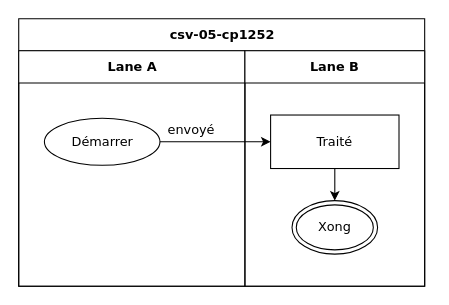
The draw.io diagram conformance/golden/optimize/cases-csv-05-cp1252.drawio in luytbq/flowcast, before the edit. Source tidied: cells renumbered, new cells numbered last; positions are measured from the earlier drawing's top-left corner, leaving out a move shared by most shapes. Both pictures are drawn from the tidied source at 107%, with x=0, y=0 at pixel (18, 18).
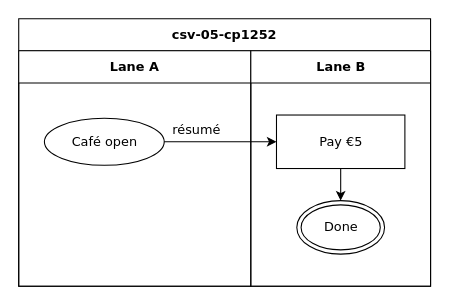
Above is the later version.

Diff of the diagram source:
```diff
@@
 <mxGraphModel>
   <root>
     <mxCell id="0" />
     <mxCell id="1" parent="0" />
     <mxCell id="2" value="csv-05-cp1252" style="swimlane;html=1;startSize=30;fontStyle=1;fontFamily=Verdana;fontSize=12;flowtable=1;" parent="1" vertex="1">
-      <mxGeometry width="379.4" height="250" as="geometry" />
+      <mxGeometry width="384.9" height="250" as="geometry" />
     </mxCell>
     <mxCell id="3" value="Lane A" style="swimlane;html=1;startSize=30;fontFamily=Verdana;fontSize=12;flowtable=1;" parent="2" vertex="1">
-      <mxGeometry y="30" width="211.4" height="220" as="geometry" />
+      <mxGeometry y="30" width="216.9" height="220" as="geometry" />
     </mxCell>
     <mxCell id="4" value="Lane B" style="swimlane;html=1;startSize=30;fontFamily=Verdana;fontSize=12;flowtable=1;" parent="2" vertex="1">
-      <mxGeometry x="211.4" y="30" width="168" height="220" as="geometry" />
+      <mxGeometry x="216.9" y="30" width="168" height="220" as="geometry" />
     </mxCell>
-    <mxCell id="5" value="Démarrer" style="ellipse;html=1;fontFamily=Verdana;fontSize=12;flowtable=1;" parent="3" vertex="1">
-      <mxGeometry x="24" y="63" width="108" height="44" as="geometry" />
+    <mxCell id="5" value="Café open" style="ellipse;html=1;fontFamily=Verdana;fontSize=12;flowtable=1;" parent="3" vertex="1">
+      <mxGeometry x="24" y="63" width="112" height="44" as="geometry" />
     </mxCell>
-    <mxCell id="6" value="Traité" style="rounded=0;html=1;fontFamily=Verdana;fontSize=12;flowtable=1;" parent="4" vertex="1">
+    <mxCell id="6" value="Pay €5" style="rounded=0;html=1;fontFamily=Verdana;fontSize=12;flowtable=1;" parent="4" vertex="1">
       <mxGeometry x="24" y="60" width="120" height="50" as="geometry" />
     </mxCell>
-    <mxCell id="7" value="Xong" style="shape=doubleEllipse;html=1;fontFamily=Verdana;fontSize=12;flowtable=1;" parent="4" vertex="1">
-      <mxGeometry x="44" y="140" width="80" height="50" as="geometry" />
+    <mxCell id="7" value="Done" style="shape=doubleEllipse;html=1;fontFamily=Verdana;fontSize=12;flowtable=1;" parent="4" vertex="1">
+      <mxGeometry x="43" y="140" width="82" height="50" as="geometry" />
     </mxCell>
-    <mxCell id="8" value="envoyé" style="edgeStyle=orthogonalEdgeStyle;rounded=0;jettySize=auto;html=1;labelBackgroundColor=default;exitX=1;exitY=0.5;exitDx=0;exitDy=0;entryX=0;entryY=0.5;entryDx=0;entryDy=0;fontFamily=Verdana;fontSize=12;flowtable=1;" parent="2" edge="1" source="5" target="6">
-      <mxGeometry x="-0.43" relative="1" as="geometry">
+    <mxCell id="8" value="résumé" style="edgeStyle=orthogonalEdgeStyle;rounded=0;jettySize=auto;html=1;labelBackgroundColor=default;exitX=1;exitY=0.5;exitDx=0;exitDy=0;entryX=0;entryY=0.5;entryDx=0;entryDy=0;fontFamily=Verdana;fontSize=12;flowtable=1;" parent="2" edge="1" source="5" target="6">
+      <mxGeometry x="-0.42" relative="1" as="geometry">
         <mxPoint y="-11.5" as="offset" />
       </mxGeometry>
     </mxCell>
     <mxCell id="9" style="edgeStyle=orthogonalEdgeStyle;rounded=0;jettySize=auto;html=1;labelBackgroundColor=default;exitX=0.5;exitY=1;exitDx=0;exitDy=0;entryX=0.5;entryY=0;entryDx=0;entryDy=0;fontFamily=Verdana;fontSize=12;flowtable=1;" parent="2" edge="1" source="6" target="7">
       <mxGeometry relative="1" as="geometry" />
     </mxCell>
   </root>
 </mxGraphModel>
```
